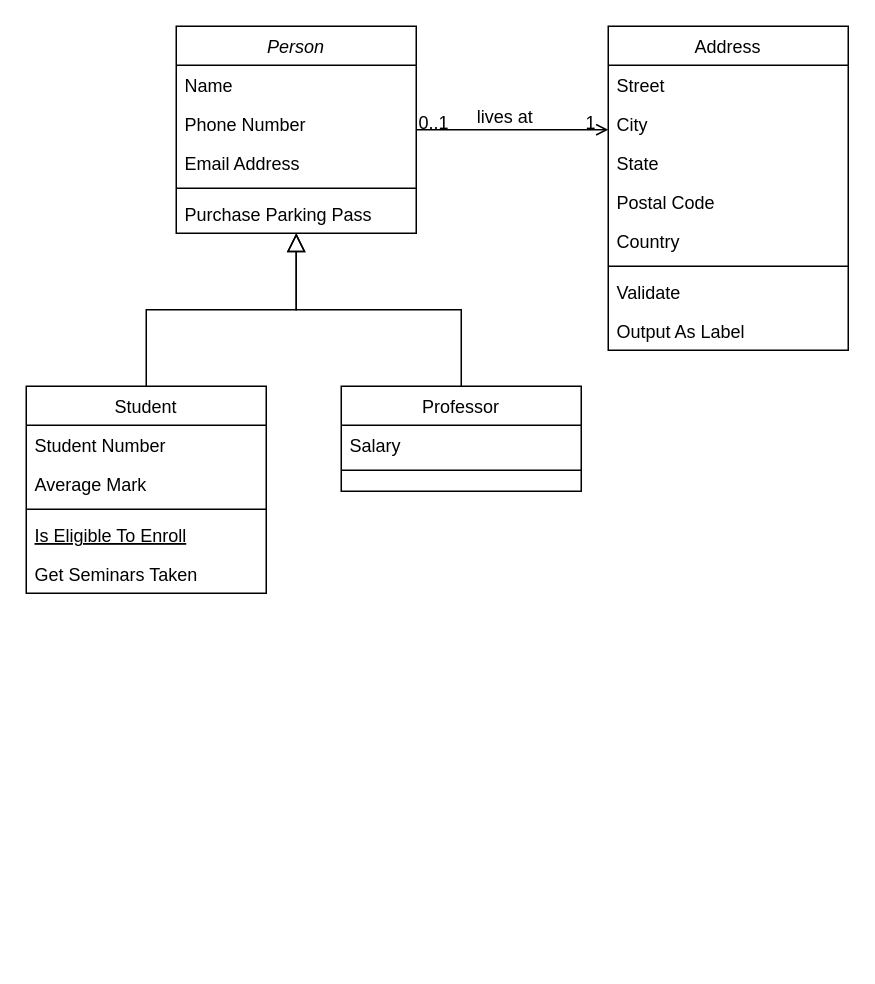
Smoll05/hardstack-capstone keeps this draw.io diagram as Hardstack.Diagram.drawio. Above is the earlier version. Source tidied: cells renumbered, new cells numbered last; positions are measured from the earlier drawing's top-left corner, leaving out a move shared by most shapes. Both pictures are drawn from the tidied source at 150%, with x=0, y=0 at pixel (26, 26).
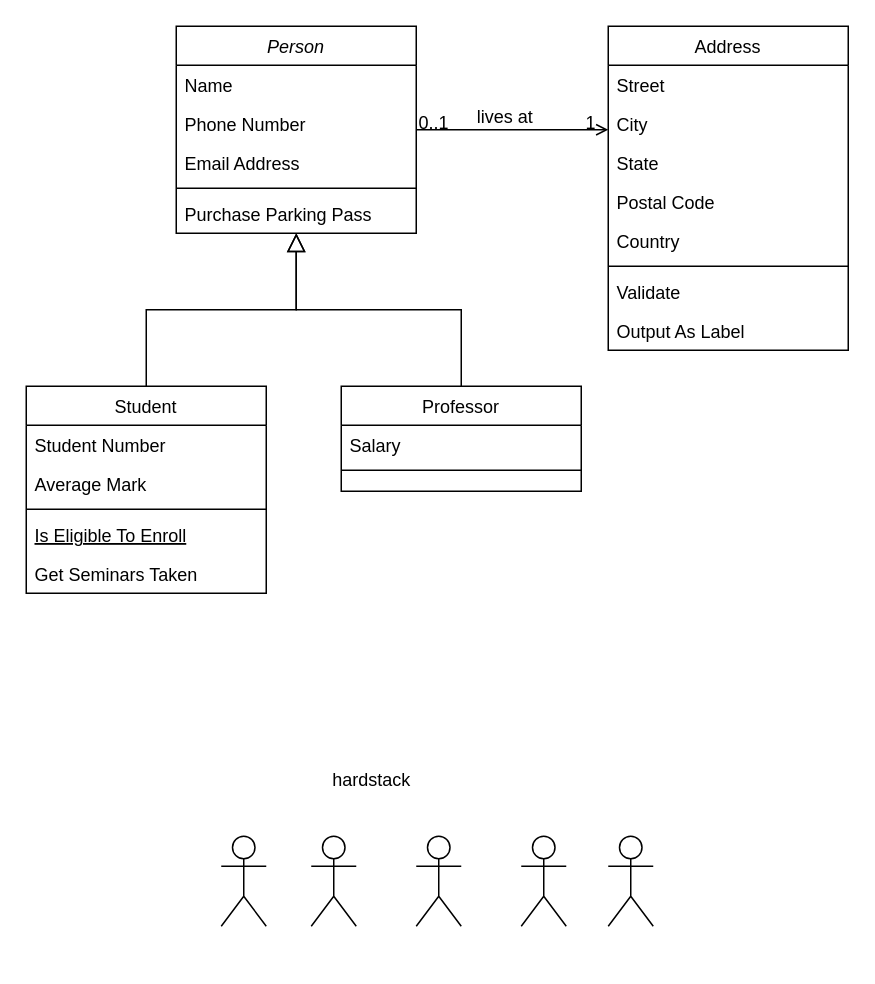
After the change.

Change to the diagram source:
```diff
@@
+    <mxCell id="32" value="&lt;div&gt;&lt;br&gt;&lt;/div&gt;" style="shape=umlActor;verticalLabelPosition=bottom;verticalAlign=top;html=1;" parent="1" vertex="1">
+      <mxGeometry x="330" y="540" width="30" height="60" as="geometry" />
+    </mxCell>
+    <mxCell id="33" style="shape=umlActor;verticalLabelPosition=bottom;verticalAlign=top;html=1;" parent="1" vertex="1">
+      <mxGeometry x="260" y="540" width="30" height="60" as="geometry" />
+    </mxCell>
+    <mxCell id="34" style="shape=umlActor;verticalLabelPosition=bottom;verticalAlign=top;html=1;" parent="1" vertex="1">
+      <mxGeometry x="190" y="540" width="30" height="60" as="geometry" />
+    </mxCell>
+    <mxCell id="35" style="shape=umlActor;verticalLabelPosition=bottom;verticalAlign=top;html=1;" parent="1" vertex="1">
+      <mxGeometry x="130" y="540" width="30" height="60" as="geometry" />
+    </mxCell>
+    <mxCell id="36" style="shape=umlActor;verticalLabelPosition=bottom;verticalAlign=top;html=1;" parent="1" vertex="1">
+      <mxGeometry x="388" y="540" width="30" height="60" as="geometry" />
+    </mxCell>
+    <mxCell id="37" value="hardstack" style="text;html=1;align=center;verticalAlign=middle;strokeColor=none;fillColor=none;" parent="1" vertex="1">
+      <mxGeometry x="190" y="488" width="80" height="30" as="geometry" />
+    </mxCell>
```
